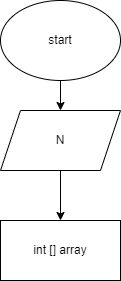
This is Work11/11.drawio.png from Mari745/Homework, a draw.io export, as it was before one commit. Source tidied: cells renumbered, new cells last; positions are measured from the earlier drawing's top-left corner, leaving out a move shared by most shapes. Source of this version:
```xml
<mxGraphModel>
  <root>
    <mxCell id="0" />
    <mxCell id="1" parent="0" />
    <mxCell id="2" style="edgeStyle=none;html=1;" parent="1" edge="1" source="3" target="5">
      <mxGeometry relative="1" as="geometry" />
    </mxCell>
    <mxCell id="3" value="start" style="ellipse;whiteSpace=wrap;html=1;" parent="1" vertex="1">
      <mxGeometry width="120" height="80" as="geometry" />
    </mxCell>
    <mxCell id="4" style="edgeStyle=none;html=1;" parent="1" edge="1" source="5" target="6">
      <mxGeometry relative="1" as="geometry" />
    </mxCell>
    <mxCell id="5" value="N" style="shape=parallelogram;perimeter=parallelogramPerimeter;whiteSpace=wrap;html=1;fixedSize=1;" parent="1" vertex="1">
      <mxGeometry y="110" width="120" height="60" as="geometry" />
    </mxCell>
    <mxCell id="6" value="int [] array" style="rounded=0;whiteSpace=wrap;html=1;" parent="1" vertex="1">
      <mxGeometry y="220" width="120" height="60" as="geometry" />
    </mxCell>
  </root>
</mxGraphModel>
```
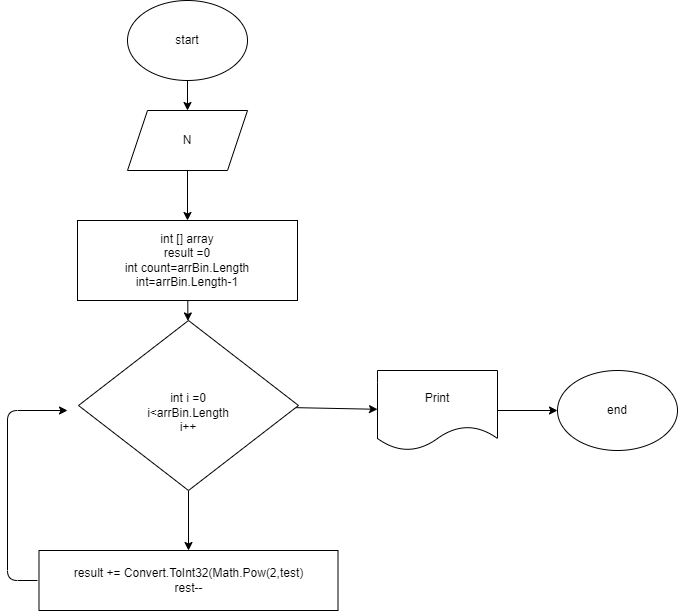
Later version of the same file.

Commit message:
Добавлена блок-схема к 11 задаче

What changed in the source:
```diff
@@ -14,8 +14,42 @@
     <mxCell id="5" value="N" style="shape=parallelogram;perimeter=parallelogramPerimeter;whiteSpace=wrap;html=1;fixedSize=1;" parent="1" vertex="1">
       <mxGeometry y="110" width="120" height="60" as="geometry" />
     </mxCell>
+    <mxCell id="7" style="edgeStyle=none;html=1;" parent="1" edge="1" source="6" target="10">
+      <mxGeometry relative="1" as="geometry" />
+    </mxCell>
-    <mxCell id="6" value="int [] array" style="rounded=0;whiteSpace=wrap;html=1;" parent="1" vertex="1">
-      <mxGeometry y="220" width="120" height="60" as="geometry" />
+    <mxCell id="6" value="int [] array&lt;br&gt;result =0&lt;br&gt;int count=arrBin.Length&lt;br&gt;int=arrBin.Length-1" style="rounded=0;whiteSpace=wrap;html=1;" parent="1" vertex="1">
+      <mxGeometry x="-50" y="220" width="220" height="80" as="geometry" />
     </mxCell>
+    <mxCell id="8" style="edgeStyle=none;html=1;" parent="1" edge="1" source="10" target="12">
+      <mxGeometry relative="1" as="geometry" />
+    </mxCell>
+    <mxCell id="9" style="edgeStyle=none;html=1;" parent="1" edge="1" source="10" target="14">
+      <mxGeometry relative="1" as="geometry" />
+    </mxCell>
+    <mxCell id="10" value="&lt;br&gt;int i =0&lt;br&gt;i&amp;lt;arrBin.Length&lt;br&gt;i++" style="rhombus;whiteSpace=wrap;html=1;" parent="1" vertex="1">
+      <mxGeometry x="-49" y="320" width="220" height="170" as="geometry" />
+    </mxCell>
+    <mxCell id="11" style="edgeStyle=none;html=1;" parent="1" edge="1">
+      <mxGeometry relative="1" as="geometry">
+        <mxPoint x="-90" y="580" as="sourcePoint" />
+        <mxPoint x="-60" y="410" as="targetPoint" />
+        <Array as="points">
+          <mxPoint x="-120" y="580" />
+          <mxPoint x="-120" y="410" />
+        </Array>
+      </mxGeometry>
+    </mxCell>
+    <mxCell id="12" value="result += Convert.ToInt32(Math.Pow(2,test)&lt;br&gt;rest--" style="rounded=0;whiteSpace=wrap;html=1;" parent="1" vertex="1">
+      <mxGeometry x="-88.5" y="550" width="299" height="60" as="geometry" />
+    </mxCell>
+    <mxCell id="13" style="edgeStyle=none;html=1;" parent="1" edge="1" source="14" target="15">
+      <mxGeometry relative="1" as="geometry" />
+    </mxCell>
+    <mxCell id="14" value="Print" style="shape=document;whiteSpace=wrap;html=1;boundedLbl=1;" parent="1" vertex="1">
+      <mxGeometry x="250" y="370" width="120" height="80" as="geometry" />
+    </mxCell>
+    <mxCell id="15" value="end" style="ellipse;whiteSpace=wrap;html=1;" parent="1" vertex="1">
+      <mxGeometry x="430" y="370" width="120" height="80" as="geometry" />
+    </mxCell>
   </root>
 </mxGraphModel>
```
